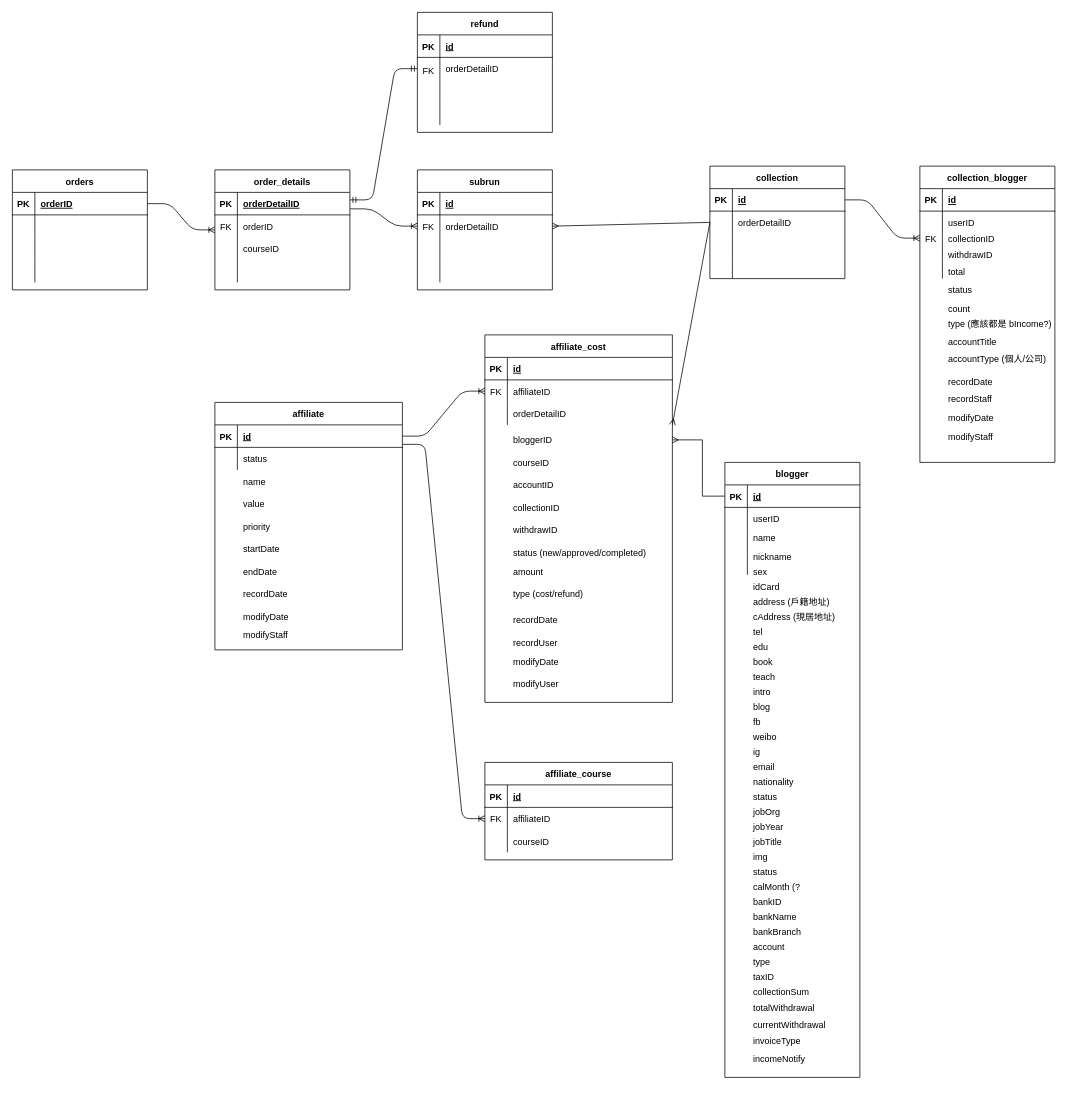
Before: affiliate_ERD.drawio in BenmrChen/Draw.io, a draw.io diagram. Source tidied: cells renumbered, new cells numbered last; positions are measured from the earlier drawing's top-left corner, leaving out a move shared by most shapes. Both pictures are drawn from the tidied source at 75%, with x=0, y=0 at pixel (12, 12).
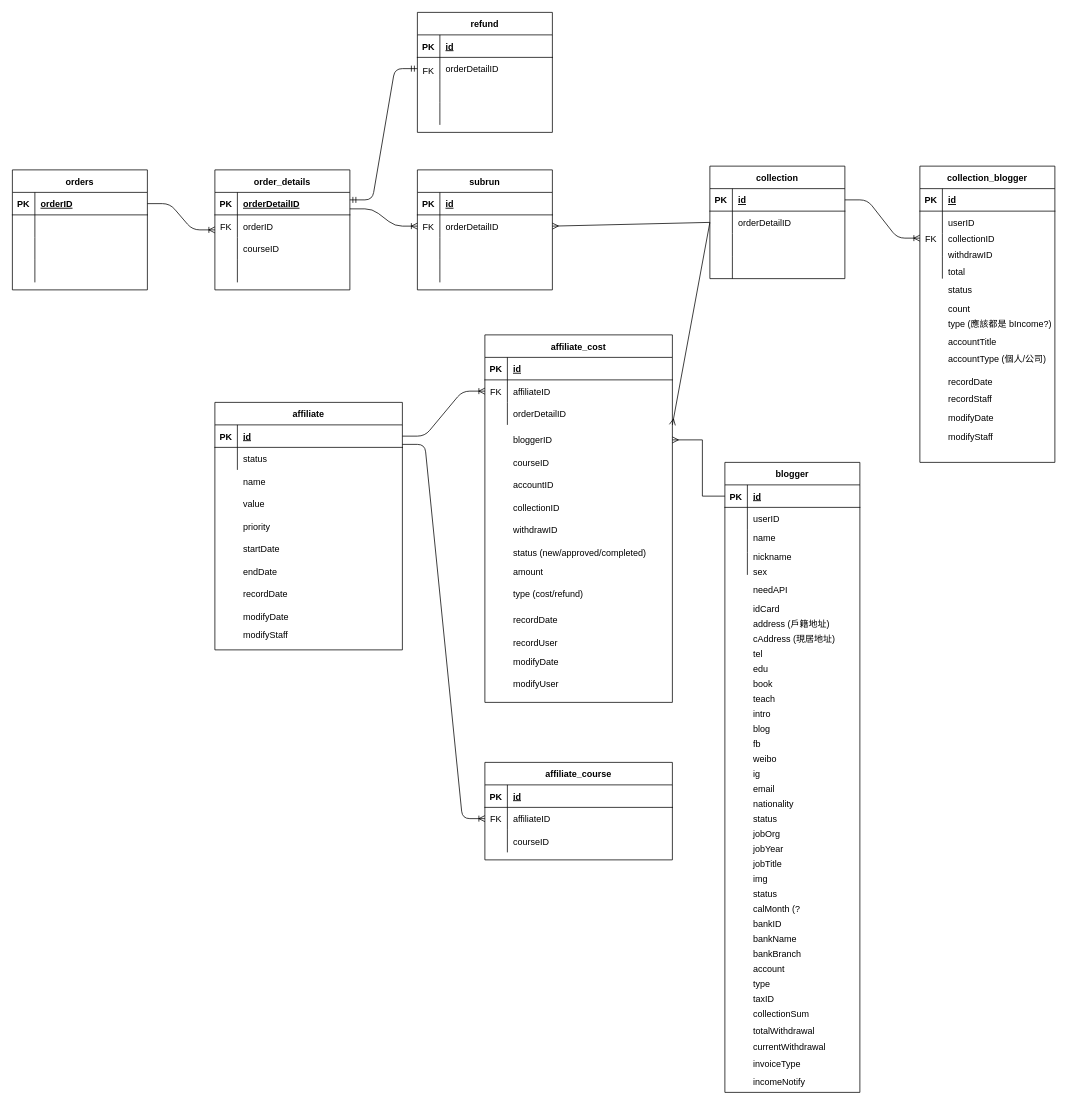
The same page after the edit.

Change to the diagram source:
```diff
@@
     <mxCell id="163" value="idCard" style="shape=partialRectangle;fillColor=none;top=0;left=0;bottom=0;right=0;align=left;spacingLeft=6;overflow=hidden;" parent="1" vertex="1">
-      <mxGeometry x="980" y="750" width="150" height="30" as="geometry" />
+      <mxGeometry x="980" y="780" width="150" height="30" as="geometry" />
     </mxCell>
     <mxCell id="164" value="address (戶籍地址)" style="shape=partialRectangle;fillColor=none;top=0;left=0;bottom=0;right=0;align=left;spacingLeft=6;overflow=hidden;" parent="1" vertex="1">
-      <mxGeometry x="980" y="770" width="150" height="30" as="geometry" />
+      <mxGeometry x="980" y="800" width="150" height="30" as="geometry" />
     </mxCell>
     <mxCell id="165" value="cAddress (現居地址)" style="shape=partialRectangle;fillColor=none;top=0;left=0;bottom=0;right=0;align=left;spacingLeft=6;overflow=hidden;" parent="1" vertex="1">
-      <mxGeometry x="980" y="790" width="150" height="30" as="geometry" />
+      <mxGeometry x="980" y="820" width="150" height="30" as="geometry" />
     </mxCell>
     <mxCell id="166" value="tel" style="shape=partialRectangle;fillColor=none;top=0;left=0;bottom=0;right=0;align=left;spacingLeft=6;overflow=hidden;" parent="1" vertex="1">
-      <mxGeometry x="980" y="810" width="150" height="30" as="geometry" />
+      <mxGeometry x="980" y="840" width="150" height="30" as="geometry" />
     </mxCell>
     <mxCell id="167" value="edu" style="shape=partialRectangle;fillColor=none;top=0;left=0;bottom=0;right=0;align=left;spacingLeft=6;overflow=hidden;" parent="1" vertex="1">
-      <mxGeometry x="980" y="830" width="150" height="30" as="geometry" />
+      <mxGeometry x="980" y="860" width="150" height="30" as="geometry" />
     </mxCell>
     <mxCell id="168" value="book" style="shape=partialRectangle;fillColor=none;top=0;left=0;bottom=0;right=0;align=left;spacingLeft=6;overflow=hidden;" parent="1" vertex="1">
-      <mxGeometry x="980" y="850" width="150" height="30" as="geometry" />
+      <mxGeometry x="980" y="880" width="150" height="30" as="geometry" />
     </mxCell>
     <mxCell id="169" value="teach" style="shape=partialRectangle;fillColor=none;top=0;left=0;bottom=0;right=0;align=left;spacingLeft=6;overflow=hidden;" parent="1" vertex="1">
-      <mxGeometry x="980" y="870" width="150" height="30" as="geometry" />
+      <mxGeometry x="980" y="900" width="150" height="30" as="geometry" />
     </mxCell>
     <mxCell id="170" value="intro" style="shape=partialRectangle;fillColor=none;top=0;left=0;bottom=0;right=0;align=left;spacingLeft=6;overflow=hidden;" parent="1" vertex="1">
-      <mxGeometry x="980" y="890" width="150" height="30" as="geometry" />
+      <mxGeometry x="980" y="920" width="150" height="30" as="geometry" />
     </mxCell>
     <mxCell id="171" value="blog" style="shape=partialRectangle;fillColor=none;top=0;left=0;bottom=0;right=0;align=left;spacingLeft=6;overflow=hidden;" parent="1" vertex="1">
-      <mxGeometry x="980" y="910" width="150" height="30" as="geometry" />
+      <mxGeometry x="980" y="940" width="150" height="30" as="geometry" />
     </mxCell>
     <mxCell id="172" value="fb" style="shape=partialRectangle;fillColor=none;top=0;left=0;bottom=0;right=0;align=left;spacingLeft=6;overflow=hidden;" parent="1" vertex="1">
-      <mxGeometry x="980" y="930" width="150" height="30" as="geometry" />
+      <mxGeometry x="980" y="960" width="150" height="30" as="geometry" />
     </mxCell>
     <mxCell id="173" value="weibo" style="shape=partialRectangle;fillColor=none;top=0;left=0;bottom=0;right=0;align=left;spacingLeft=6;overflow=hidden;" parent="1" vertex="1">
-      <mxGeometry x="980" y="950" width="150" height="30" as="geometry" />
+      <mxGeometry x="980" y="980" width="150" height="30" as="geometry" />
     </mxCell>
     <mxCell id="174" value="ig" style="shape=partialRectangle;fillColor=none;top=0;left=0;bottom=0;right=0;align=left;spacingLeft=6;overflow=hidden;" parent="1" vertex="1">
-      <mxGeometry x="980" y="970" width="150" height="30" as="geometry" />
+      <mxGeometry x="980" y="1000" width="150" height="30" as="geometry" />
     </mxCell>
     <mxCell id="175" value="email" style="shape=partialRectangle;fillColor=none;top=0;left=0;bottom=0;right=0;align=left;spacingLeft=6;overflow=hidden;" parent="1" vertex="1">
-      <mxGeometry x="980" y="990" width="150" height="30" as="geometry" />
+      <mxGeometry x="980" y="1020" width="150" height="30" as="geometry" />
     </mxCell>
     <mxCell id="176" value="nationality" style="shape=partialRectangle;fillColor=none;top=0;left=0;bottom=0;right=0;align=left;spacingLeft=6;overflow=hidden;" parent="1" vertex="1">
-      <mxGeometry x="980" y="1010" width="150" height="30" as="geometry" />
+      <mxGeometry x="980" y="1040" width="150" height="30" as="geometry" />
     </mxCell>
     <mxCell id="177" value="blogger" style="shape=table;startSize=30;childLayout=tableLayout;rowLines=0;fontStyle=1;align=center;" parent="1" vertex="1">
-      <mxGeometry x="950" y="600" width="180" height="820" as="geometry" />
+      <mxGeometry x="950" y="600" width="180" height="840" as="geometry" />
     </mxCell>
@@
     <mxCell id="190" value="status" style="shape=partialRectangle;fillColor=none;top=0;left=0;bottom=0;right=0;align=left;spacingLeft=6;overflow=hidden;" parent="1" vertex="1">
-      <mxGeometry x="980" y="1030" width="150" height="30" as="geometry" />
+      <mxGeometry x="980" y="1060" width="150" height="30" as="geometry" />
     </mxCell>
     <mxCell id="191" value="jobOrg" style="shape=partialRectangle;fillColor=none;top=0;left=0;bottom=0;right=0;align=left;spacingLeft=6;overflow=hidden;" parent="1" vertex="1">
-      <mxGeometry x="980" y="1050" width="150" height="30" as="geometry" />
+      <mxGeometry x="980" y="1080" width="150" height="30" as="geometry" />
     </mxCell>
     <mxCell id="192" value="jobYear" style="shape=partialRectangle;fillColor=none;top=0;left=0;bottom=0;right=0;align=left;spacingLeft=6;overflow=hidden;" parent="1" vertex="1">
-      <mxGeometry x="980" y="1070" width="150" height="30" as="geometry" />
+      <mxGeometry x="980" y="1100" width="150" height="30" as="geometry" />
     </mxCell>
     <mxCell id="193" value="jobTitle" style="shape=partialRectangle;fillColor=none;top=0;left=0;bottom=0;right=0;align=left;spacingLeft=6;overflow=hidden;" parent="1" vertex="1">
-      <mxGeometry x="980" y="1090" width="150" height="30" as="geometry" />
+      <mxGeometry x="980" y="1120" width="150" height="30" as="geometry" />
     </mxCell>
     <mxCell id="194" value="img" style="shape=partialRectangle;fillColor=none;top=0;left=0;bottom=0;right=0;align=left;spacingLeft=6;overflow=hidden;" parent="1" vertex="1">
-      <mxGeometry x="980" y="1110" width="150" height="30" as="geometry" />
+      <mxGeometry x="980" y="1140" width="150" height="30" as="geometry" />
     </mxCell>
     <mxCell id="195" value="status" style="shape=partialRectangle;fillColor=none;top=0;left=0;bottom=0;right=0;align=left;spacingLeft=6;overflow=hidden;" parent="1" vertex="1">
-      <mxGeometry x="980" y="1130" width="150" height="30" as="geometry" />
+      <mxGeometry x="980" y="1160" width="150" height="30" as="geometry" />
     </mxCell>
     <mxCell id="196" value="calMonth (?" style="shape=partialRectangle;fillColor=none;top=0;left=0;bottom=0;right=0;align=left;spacingLeft=6;overflow=hidden;" parent="1" vertex="1">
-      <mxGeometry x="980" y="1150" width="150" height="30" as="geometry" />
+      <mxGeometry x="980" y="1180" width="150" height="30" as="geometry" />
     </mxCell>
     <mxCell id="197" value="bankID" style="shape=partialRectangle;fillColor=none;top=0;left=0;bottom=0;right=0;align=left;spacingLeft=6;overflow=hidden;" parent="1" vertex="1">
-      <mxGeometry x="980" y="1170" width="150" height="30" as="geometry" />
+      <mxGeometry x="980" y="1200" width="150" height="30" as="geometry" />
     </mxCell>
     <mxCell id="198" value="bankName" style="shape=partialRectangle;fillColor=none;top=0;left=0;bottom=0;right=0;align=left;spacingLeft=6;overflow=hidden;" parent="1" vertex="1">
-      <mxGeometry x="980" y="1190" width="150" height="30" as="geometry" />
+      <mxGeometry x="980" y="1220" width="150" height="30" as="geometry" />
     </mxCell>
     <mxCell id="199" value="bankBranch" style="shape=partialRectangle;fillColor=none;top=0;left=0;bottom=0;right=0;align=left;spacingLeft=6;overflow=hidden;" parent="1" vertex="1">
-      <mxGeometry x="980" y="1210" width="150" height="30" as="geometry" />
+      <mxGeometry x="980" y="1240" width="150" height="30" as="geometry" />
     </mxCell>
     <mxCell id="200" value="account" style="shape=partialRectangle;fillColor=none;top=0;left=0;bottom=0;right=0;align=left;spacingLeft=6;overflow=hidden;" parent="1" vertex="1">
-      <mxGeometry x="980" y="1230" width="150" height="30" as="geometry" />
+      <mxGeometry x="980" y="1260" width="150" height="30" as="geometry" />
     </mxCell>
     <mxCell id="201" value="type" style="shape=partialRectangle;fillColor=none;top=0;left=0;bottom=0;right=0;align=left;spacingLeft=6;overflow=hidden;" parent="1" vertex="1">
-      <mxGeometry x="980" y="1250" width="150" height="30" as="geometry" />
+      <mxGeometry x="980" y="1280" width="150" height="30" as="geometry" />
     </mxCell>
     <mxCell id="202" value="taxID" style="shape=partialRectangle;fillColor=none;top=0;left=0;bottom=0;right=0;align=left;spacingLeft=6;overflow=hidden;" parent="1" vertex="1">
-      <mxGeometry x="980" y="1270" width="150" height="30" as="geometry" />
+      <mxGeometry x="980" y="1300" width="150" height="30" as="geometry" />
     </mxCell>
     <mxCell id="203" value="collectionSum" style="shape=partialRectangle;fillColor=none;top=0;left=0;bottom=0;right=0;align=left;spacingLeft=6;overflow=hidden;" parent="1" vertex="1">
-      <mxGeometry x="980" y="1290" width="150" height="30" as="geometry" />
+      <mxGeometry x="980" y="1320" width="150" height="30" as="geometry" />
     </mxCell>
     <mxCell id="204" value="totalWithdrawal" style="shape=partialRectangle;fillColor=none;top=0;left=0;bottom=0;right=0;align=left;spacingLeft=6;overflow=hidden;" parent="1" vertex="1">
-      <mxGeometry x="980" y="1312" width="150" height="30" as="geometry" />
+      <mxGeometry x="980" y="1342" width="150" height="30" as="geometry" />
     </mxCell>
     <mxCell id="205" value="currentWithdrawal" style="shape=partialRectangle;fillColor=none;top=0;left=0;bottom=0;right=0;align=left;spacingLeft=6;overflow=hidden;" parent="1" vertex="1">
-      <mxGeometry x="980" y="1334" width="150" height="30" as="geometry" />
+      <mxGeometry x="980" y="1364" width="150" height="30" as="geometry" />
     </mxCell>
     <mxCell id="206" value="invoiceType" style="shape=partialRectangle;fillColor=none;top=0;left=0;bottom=0;right=0;align=left;spacingLeft=6;overflow=hidden;" parent="1" vertex="1">
-      <mxGeometry x="980" y="1356" width="150" height="30" as="geometry" />
+      <mxGeometry x="980" y="1386" width="150" height="30" as="geometry" />
     </mxCell>
     <mxCell id="207" value="incomeNotify" style="shape=partialRectangle;fillColor=none;top=0;left=0;bottom=0;right=0;align=left;spacingLeft=6;overflow=hidden;" parent="1" vertex="1">
-      <mxGeometry x="980" y="1380" width="150" height="30" as="geometry" />
+      <mxGeometry x="980" y="1410" width="150" height="30" as="geometry" />
     </mxCell>
@@
+    <mxCell id="209" value="needAPI" style="shape=partialRectangle;fillColor=none;top=0;left=0;bottom=0;right=0;align=left;spacingLeft=6;overflow=hidden;" parent="1" vertex="1">
+      <mxGeometry x="980" y="755" width="150" height="30" as="geometry" />
+    </mxCell>
```
